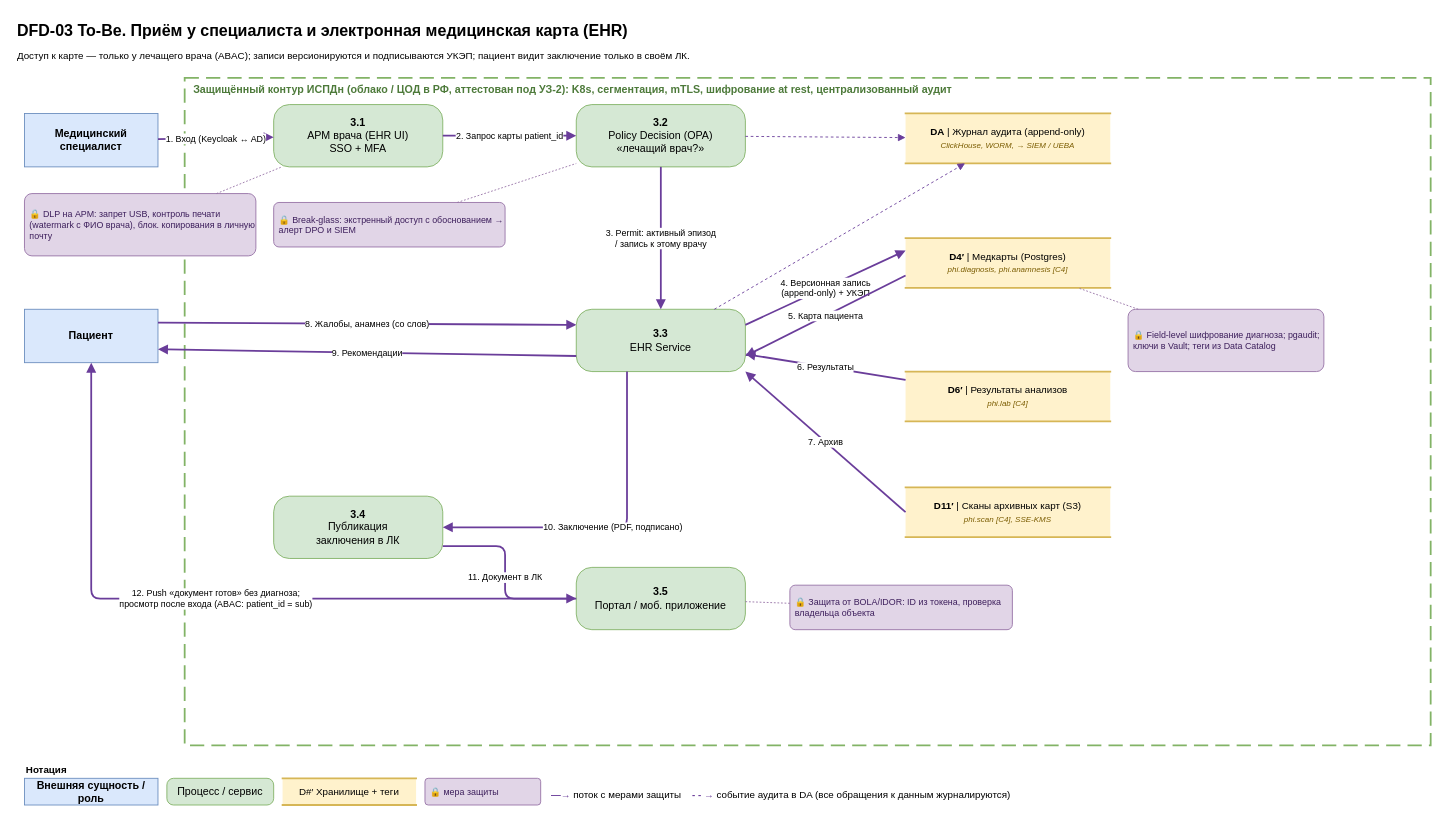
Before: Task1/dfd/DFD-03-medical-record.drawio in SiritosKon/architecture-medikamente, a draw.io diagram. Source tidied: cells renumbered, new cells numbered last; positions are measured from the earlier drawing's top-left corner, leaving out a move shared by most shapes. Both pictures are drawn from the tidied source at 89%, with x=0, y=0 at pixel (15, 15).
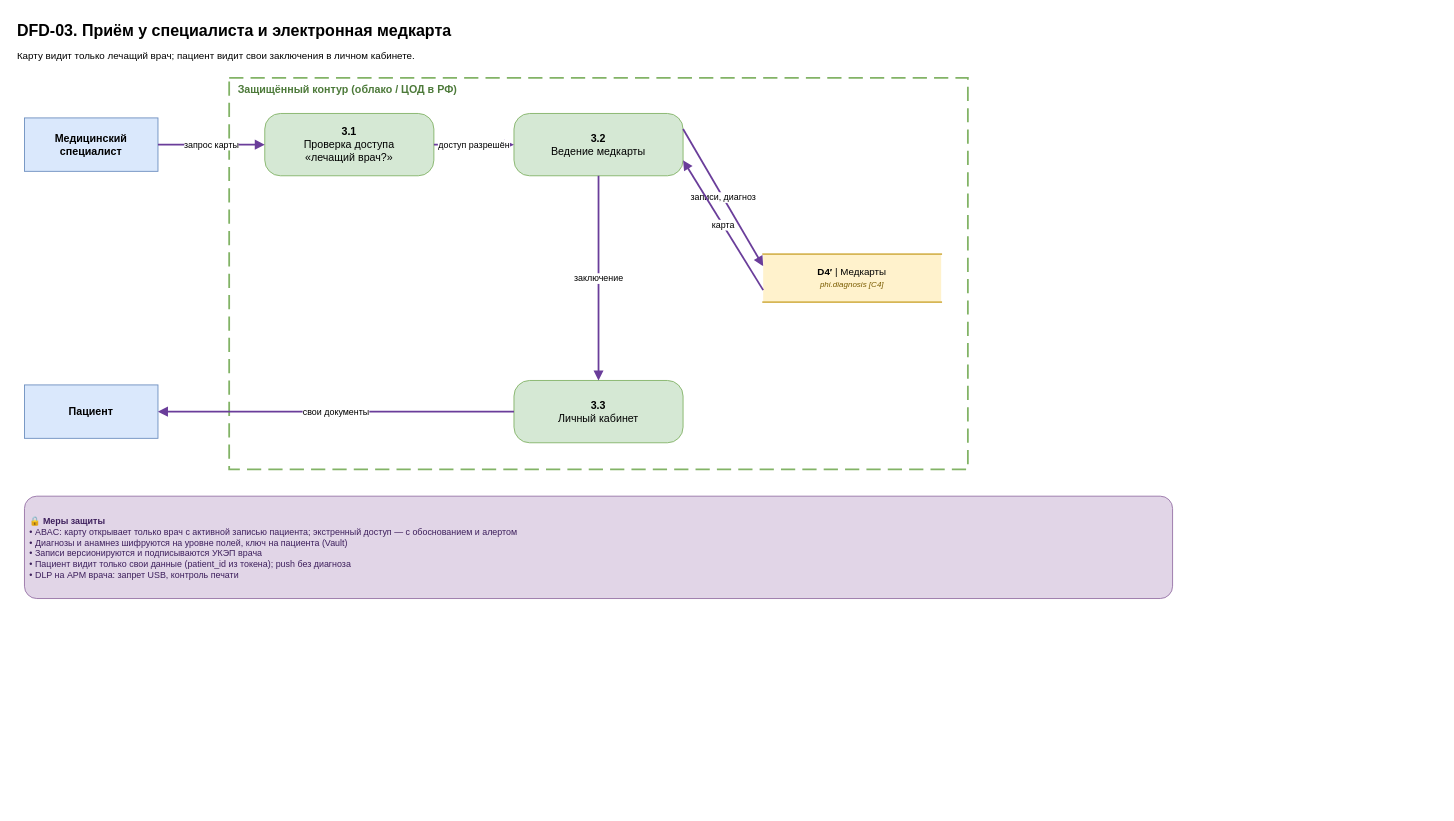
After the change.

What changed in the source:
```diff
@@
-    <mxCell id="2" value="DFD-03 To-Be. Приём у специалиста и электронная медицинская карта (EHR)" style="text;html=1;align=left;verticalAlign=top;fontSize=18;fontStyle=1;whiteSpace=wrap;" parent="1" vertex="1">
-      <mxGeometry width="1600" height="30" as="geometry" />
+    <mxCell id="2" value="DFD-03. Приём у специалиста и электронная медкарта" style="text;html=1;align=left;verticalAlign=top;fontSize=18;fontStyle=1;whiteSpace=wrap;" parent="1" vertex="1">
+      <mxGeometry width="1320" height="30" as="geometry" />
     </mxCell>
-    <mxCell id="3" value="Доступ к карте — только у лечащего врача (ABAC); записи версионируются и подписываются УКЭП; пациент видит заключение только в своём ЛК." style="text;html=1;align=left;verticalAlign=top;fontSize=11;whiteSpace=wrap;" parent="1" vertex="1">
-      <mxGeometry y="32" width="1600" height="30" as="geometry" />
+    <mxCell id="3" value="Карту видит только лечащий врач; пациент видит свои заключения в личном кабинете." style="text;html=1;align=left;verticalAlign=top;fontSize=11;whiteSpace=wrap;" parent="1" vertex="1">
+      <mxGeometry y="32" width="1320" height="24" as="geometry" />
     </mxCell>
-    <mxCell id="4" value="Защищённый контур ИСПДн (облако / ЦОД в РФ, аттестован под УЗ-2): K8s, сегментация, mTLS, шифрование at rest, централизованный аудит" style="rounded=0;whiteSpace=wrap;html=1;dashed=1;dashPattern=8 4;fillColor=none;strokeColor=#82b366;strokeWidth=2;verticalAlign=top;align=left;spacingLeft=8;fontColor=#4d7a3a;fontStyle=1;fontSize=12;" parent="1" vertex="1">
-      <mxGeometry x="190" y="70" width="1400" height="750" as="geometry" />
+    <mxCell id="4" value="Защищённый контур (облако / ЦОД в РФ)" style="rounded=0;whiteSpace=wrap;html=1;dashed=1;dashPattern=8 4;fillColor=none;strokeColor=#82b366;strokeWidth=2;verticalAlign=top;align=left;spacingLeft=8;fontColor=#4d7a3a;fontStyle=1;fontSize=12;" parent="1" vertex="1">
+      <mxGeometry x="240" y="70" width="830" height="440" as="geometry" />
     </mxCell>
-    <mxCell id="5" value="&lt;b&gt;Нотация&lt;/b&gt;" style="text;html=1;align=left;verticalAlign=top;fontSize=11;whiteSpace=wrap;" parent="1" vertex="1">
-      <mxGeometry x="10" y="835" width="250" height="20" as="geometry" />
+    <mxCell id="5" value="Медицинский&lt;br&gt;специалист" style="rounded=0;whiteSpace=wrap;html=1;fillColor=#dae8fc;strokeColor=#6c8ebf;fontStyle=1;fontSize=12;" parent="1" vertex="1">
+      <mxGeometry x="10" y="115" width="150" height="60" as="geometry" />
     </mxCell>
-    <mxCell id="6" value="Внешняя сущность / роль" style="rounded=0;whiteSpace=wrap;html=1;fillColor=#dae8fc;strokeColor=#6c8ebf;fontStyle=1;fontSize=12;" parent="1" vertex="1">
-      <mxGeometry x="10" y="857" width="150" height="30" as="geometry" />
+    <mxCell id="6" value="Пациент" style="rounded=0;whiteSpace=wrap;html=1;fillColor=#dae8fc;strokeColor=#6c8ebf;fontStyle=1;fontSize=12;" parent="1" vertex="1">
+      <mxGeometry x="10" y="415" width="150" height="60" as="geometry" />
     </mxCell>
-    <mxCell id="7" value="Процесс / сервис" style="rounded=1;arcSize=25;whiteSpace=wrap;html=1;fillColor=#d5e8d4;strokeColor=#82b366;fontSize=12;" parent="1" vertex="1">
-      <mxGeometry x="170" y="857" width="120" height="30" as="geometry" />
+    <mxCell id="7" value="&lt;b&gt;3.1&lt;/b&gt;&lt;br&gt;Проверка доступа&lt;br&gt;«лечащий врач?»" style="rounded=1;arcSize=25;whiteSpace=wrap;html=1;fillColor=#d5e8d4;strokeColor=#82b366;fontSize=12;" parent="1" vertex="1">
+      <mxGeometry x="280" y="110" width="190" height="70" as="geometry" />
     </mxCell>
-    <mxCell id="8" value="D#′ Хранилище + теги" style="shape=partialRectangle;whiteSpace=wrap;html=1;left=0;right=0;fillColor=#fff2cc;strokeColor=#d6b656;strokeWidth=2;fontSize=11;" parent="1" vertex="1">
-      <mxGeometry x="300" y="857" width="150" height="30" as="geometry" />
+    <mxCell id="8" value="&lt;b&gt;3.2&lt;/b&gt;&lt;br&gt;Ведение медкарты" style="rounded=1;arcSize=25;whiteSpace=wrap;html=1;fillColor=#d5e8d4;strokeColor=#82b366;fontSize=12;" parent="1" vertex="1">
+      <mxGeometry x="560" y="110" width="190" height="70" as="geometry" />
     </mxCell>
-    <mxCell id="9" value="🔒 мера защиты" style="rounded=1;whiteSpace=wrap;html=1;fillColor=#e1d5e7;strokeColor=#9673a6;fontColor=#3d1f5c;fontSize=10;align=left;spacingLeft=4;arcSize=12;" parent="1" vertex="1">
-      <mxGeometry x="460" y="857" width="130" height="30" as="geometry" />
+    <mxCell id="9" value="&lt;b&gt;3.3&lt;/b&gt;&lt;br&gt;Личный кабинет" style="rounded=1;arcSize=25;whiteSpace=wrap;html=1;fillColor=#d5e8d4;strokeColor=#82b366;fontSize=12;" parent="1" vertex="1">
+      <mxGeometry x="560" y="410" width="190" height="70" as="geometry" />
     </mxCell>
-    <mxCell id="10" value="&lt;font color=&quot;#6a3d9a&quot;&gt;&lt;b&gt;—→&lt;/b&gt;&lt;/font&gt; поток с мерами защиты &amp;nbsp;&amp;nbsp; &lt;font color=&quot;#6a3d9a&quot;&gt;&lt;b&gt;- - →&lt;/b&gt;&lt;/font&gt; событие аудита в DA (все обращения к данным журналируются)" style="text;html=1;align=left;verticalAlign=top;fontSize=11;whiteSpace=wrap;" parent="1" vertex="1">
-      <mxGeometry x="600" y="863" width="600" height="20" as="geometry" />
+    <mxCell id="10" value="&lt;b&gt;D4′&lt;/b&gt; | Медкарты&lt;br&gt;&lt;i&gt;&lt;font style=&quot;font-size:9px&quot; color=&quot;#7a5c00&quot;&gt;phi.diagnosis [C4]&lt;/font&gt;&lt;/i&gt;" style="shape=partialRectangle;whiteSpace=wrap;html=1;left=0;right=0;fillColor=#fff2cc;strokeColor=#d6b656;strokeWidth=2;fontSize=11;" parent="1" vertex="1">
+      <mxGeometry x="840" y="268" width="200" height="54" as="geometry" />
     </mxCell>
-    <mxCell id="11" value="Пациент" style="rounded=0;whiteSpace=wrap;html=1;fillColor=#dae8fc;strokeColor=#6c8ebf;fontStyle=1;fontSize=12;" parent="1" vertex="1">
-      <mxGeometry x="10" y="330" width="150" height="60" as="geometry" />
+    <mxCell id="11" value="запрос карты" style="html=1;endArrow=block;endFill=1;strokeColor=#6a3d9a;strokeWidth=2;fontSize=10;labelBackgroundColor=#ffffff;" parent="1" edge="1" source="5" target="7">
+      <mxGeometry relative="1" as="geometry" />
     </mxCell>
-    <mxCell id="12" value="Медицинский&lt;br&gt;специалист" style="rounded=0;whiteSpace=wrap;html=1;fillColor=#dae8fc;strokeColor=#6c8ebf;fontStyle=1;fontSize=12;" parent="1" vertex="1">
-      <mxGeometry x="10" y="110" width="150" height="60" as="geometry" />
+    <mxCell id="12" value="доступ разрешён" style="html=1;endArrow=block;endFill=1;strokeColor=#6a3d9a;strokeWidth=2;fontSize=10;labelBackgroundColor=#ffffff;" parent="1" edge="1" source="7" target="8">
+      <mxGeometry relative="1" as="geometry" />
     </mxCell>
-    <mxCell id="13" value="&lt;b&gt;3.1&lt;/b&gt;&lt;br&gt;АРМ врача (EHR UI)&lt;br&gt;SSO + MFA" style="rounded=1;arcSize=25;whiteSpace=wrap;html=1;fillColor=#d5e8d4;strokeColor=#82b366;fontSize=12;" parent="1" vertex="1">
-      <mxGeometry x="290" y="100" width="190" height="70" as="geometry" />
+    <mxCell id="13" value="записи, диагноз" style="html=1;endArrow=block;endFill=1;strokeColor=#6a3d9a;strokeWidth=2;fontSize=10;labelBackgroundColor=#ffffff;exitX=1;exitY=0.24999999999999997;exitDx=0;exitDy=0;entryX=0;entryY=0.24999999999999997;entryDx=0;entryDy=0;" parent="1" edge="1" source="8" target="10">
+      <mxGeometry relative="1" as="geometry" />
     </mxCell>
-    <mxCell id="14" value="&lt;b&gt;3.2&lt;/b&gt;&lt;br&gt;Policy Decision (OPA)&lt;br&gt;«лечащий врач?»" style="rounded=1;arcSize=25;whiteSpace=wrap;html=1;fillColor=#d5e8d4;strokeColor=#82b366;fontSize=12;" parent="1" vertex="1">
-      <mxGeometry x="630" y="100" width="190" height="70" as="geometry" />
+    <mxCell id="14" value="карта" style="html=1;endArrow=block;endFill=1;strokeColor=#6a3d9a;strokeWidth=2;fontSize=10;labelBackgroundColor=#ffffff;exitX=0;exitY=0.75;exitDx=0;exitDy=0;entryX=1;entryY=0.75;entryDx=0;entryDy=0;" parent="1" edge="1" source="10" target="8">
+      <mxGeometry relative="1" as="geometry" />
     </mxCell>
-    <mxCell id="15" value="&lt;b&gt;3.3&lt;/b&gt;&lt;br&gt;EHR Service" style="rounded=1;arcSize=25;whiteSpace=wrap;html=1;fillColor=#d5e8d4;strokeColor=#82b366;fontSize=12;" parent="1" vertex="1">
-      <mxGeometry x="630" y="330" width="190" height="70" as="geometry" />
+    <mxCell id="15" value="заключение" style="html=1;endArrow=block;endFill=1;strokeColor=#6a3d9a;strokeWidth=2;fontSize=10;labelBackgroundColor=#ffffff;" parent="1" edge="1" source="8" target="9">
+      <mxGeometry relative="1" as="geometry" />
     </mxCell>
-    <mxCell id="16" value="&lt;b&gt;3.4&lt;/b&gt;&lt;br&gt;Публикация&lt;br&gt;заключения в ЛК" style="rounded=1;arcSize=25;whiteSpace=wrap;html=1;fillColor=#d5e8d4;strokeColor=#82b366;fontSize=12;" parent="1" vertex="1">
-      <mxGeometry x="290" y="540" width="190" height="70" as="geometry" />
+    <mxCell id="16" value="свои документы" style="html=1;endArrow=block;endFill=1;strokeColor=#6a3d9a;strokeWidth=2;fontSize=10;labelBackgroundColor=#ffffff;" parent="1" edge="1" source="9" target="6">
+      <mxGeometry relative="1" as="geometry" />
     </mxCell>
-    <mxCell id="17" value="&lt;b&gt;3.5&lt;/b&gt;&lt;br&gt;Портал / моб. приложение" style="rounded=1;arcSize=25;whiteSpace=wrap;html=1;fillColor=#d5e8d4;strokeColor=#82b366;fontSize=12;" parent="1" vertex="1">
-      <mxGeometry x="630" y="620" width="190" height="70" as="geometry" />
+    <mxCell id="17" value="&lt;b&gt;🔒 Меры защиты&lt;/b&gt;&lt;br&gt;• ABAC: карту открывает только врач с активной записью пациента; экстренный доступ — с обоснованием и алертом&lt;br&gt;• Диагнозы и анамнез шифруются на уровне полей, ключ на пациента (Vault)&lt;br&gt;• Записи версионируются и подписываются УКЭП врача&lt;br&gt;• Пациент видит только свои данные (patient_id из токена); push без диагноза&lt;br&gt;• DLP на АРМ врача: запрет USB, контроль печати" style="rounded=1;whiteSpace=wrap;html=1;fillColor=#e1d5e7;strokeColor=#9673a6;fontColor=#3d1f5c;fontSize=10;align=left;spacingLeft=4;arcSize=12;" parent="1" vertex="1">
+      <mxGeometry x="10" y="540" width="1290" height="115" as="geometry" />
     </mxCell>
-    <mxCell id="18" value="&lt;b&gt;D4′&lt;/b&gt; | Медкарты (Postgres)&lt;br&gt;&lt;i&gt;&lt;font style=&quot;font-size:9px&quot; color=&quot;#7a5c00&quot;&gt;phi.diagnosis, phi.anamnesis [C4]&lt;/font&gt;&lt;/i&gt;" style="shape=partialRectangle;whiteSpace=wrap;html=1;left=0;right=0;fillColor=#fff2cc;strokeColor=#d6b656;strokeWidth=2;fontSize=11;" parent="1" vertex="1">
-      <mxGeometry x="1000" y="250" width="230" height="56" as="geometry" />
-    </mxCell>
-    <mxCell id="19" value="&lt;b&gt;D6′&lt;/b&gt; | Результаты анализов&lt;br&gt;&lt;i&gt;&lt;font style=&quot;font-size:9px&quot; color=&quot;#7a5c00&quot;&gt;phi.lab [C4]&lt;/font&gt;&lt;/i&gt;" style="shape=partialRectangle;whiteSpace=wrap;html=1;left=0;right=0;fillColor=#fff2cc;strokeColor=#d6b656;strokeWidth=2;fontSize=11;" parent="1" vertex="1">
-      <mxGeometry x="1000" y="400" width="230" height="56" as="geometry" />
-    </mxCell>
-    <mxCell id="20" value="&lt;b&gt;D11′&lt;/b&gt; | Сканы архивных карт (S3)&lt;br&gt;&lt;i&gt;&lt;font style=&quot;font-size:9px&quot; color=&quot;#7a5c00&quot;&gt;phi.scan [C4], SSE-KMS&lt;/font&gt;&lt;/i&gt;" style="shape=partialRectangle;whiteSpace=wrap;html=1;left=0;right=0;fillColor=#fff2cc;strokeColor=#d6b656;strokeWidth=2;fontSize=11;" parent="1" vertex="1">
-      <mxGeometry x="1000" y="530" width="230" height="56" as="geometry" />
-    </mxCell>
-    <mxCell id="21" value="1. Вход (Keycloak ↔ AD)" style="html=1;endArrow=block;endFill=1;strokeColor=#6a3d9a;strokeWidth=2;fontSize=10;labelBackgroundColor=#ffffff;" parent="1" edge="1" source="12" target="13">
-      <mxGeometry relative="1" as="geometry" />
-    </mxCell>
-    <mxCell id="22" value="2. Запрос карты patient_id" style="html=1;endArrow=block;endFill=1;strokeColor=#6a3d9a;strokeWidth=2;fontSize=10;labelBackgroundColor=#ffffff;" parent="1" edge="1" source="13" target="14">
-      <mxGeometry relative="1" as="geometry" />
-    </mxCell>
-    <mxCell id="23" value="3. Permit: активный эпизод&lt;br&gt;/ запись к этому врачу" style="html=1;endArrow=block;endFill=1;strokeColor=#6a3d9a;strokeWidth=2;fontSize=10;labelBackgroundColor=#ffffff;" parent="1" edge="1" source="14" target="15">
-      <mxGeometry relative="1" as="geometry" />
-    </mxCell>
-    <mxCell id="24" value="4. Версионная запись&lt;br&gt;(append-only) + УКЭП" style="html=1;endArrow=block;endFill=1;strokeColor=#6a3d9a;strokeWidth=2;fontSize=10;labelBackgroundColor=#ffffff;exitX=1;exitY=0.24999999999999997;exitDx=0;exitDy=0;entryX=0;entryY=0.24999999999999997;entryDx=0;entryDy=0;" parent="1" edge="1" source="15" target="18">
-      <mxGeometry relative="1" as="geometry" />
-    </mxCell>
-    <mxCell id="25" value="5. Карта пациента" style="html=1;endArrow=block;endFill=1;strokeColor=#6a3d9a;strokeWidth=2;fontSize=10;labelBackgroundColor=#ffffff;exitX=0;exitY=0.75;exitDx=0;exitDy=0;entryX=1;entryY=0.75;entryDx=0;entryDy=0;" parent="1" edge="1" source="18" target="15">
-      <mxGeometry relative="1" as="geometry" />
-    </mxCell>
-    <mxCell id="26" value="6. Результаты" style="html=1;endArrow=block;endFill=1;strokeColor=#6a3d9a;strokeWidth=2;fontSize=10;labelBackgroundColor=#ffffff;" parent="1" edge="1" source="19" target="15">
-      <mxGeometry relative="1" as="geometry" />
-    </mxCell>
-    <mxCell id="27" value="7. Архив" style="html=1;endArrow=block;endFill=1;strokeColor=#6a3d9a;strokeWidth=2;fontSize=10;labelBackgroundColor=#ffffff;exitX=0;exitY=0.5;exitDx=0;exitDy=0;entryX=1;entryY=1;entryDx=0;entryDy=0;" parent="1" edge="1" source="20" target="15">
-      <mxGeometry relative="1" as="geometry" />
-    </mxCell>
-    <mxCell id="28" value="8. Жалобы, анамнез (со слов)" style="html=1;endArrow=block;endFill=1;strokeColor=#6a3d9a;strokeWidth=2;fontSize=10;labelBackgroundColor=#ffffff;exitX=1;exitY=0.24999999999999997;exitDx=0;exitDy=0;entryX=0;entryY=0.24999999999999997;entryDx=0;entryDy=0;" parent="1" edge="1" source="11" target="15">
-      <mxGeometry relative="1" as="geometry" />
-    </mxCell>
-    <mxCell id="29" value="9. Рекомендации" style="html=1;endArrow=block;endFill=1;strokeColor=#6a3d9a;strokeWidth=2;fontSize=10;labelBackgroundColor=#ffffff;exitX=0;exitY=0.75;exitDx=0;exitDy=0;entryX=1;entryY=0.75;entryDx=0;entryDy=0;" parent="1" edge="1" source="15" target="11">
-      <mxGeometry relative="1" as="geometry" />
-    </mxCell>
-    <mxCell id="30" value="10. Заключение (PDF, подписано)" style="html=1;endArrow=block;endFill=1;strokeColor=#6a3d9a;strokeWidth=2;fontSize=10;labelBackgroundColor=#ffffff;exitX=0.3;exitY=1;exitDx=0;exitDy=0;entryX=1;entryY=0.5;entryDx=0;entryDy=0;" parent="1" edge="1" source="15" target="16">
-      <mxGeometry relative="1" as="geometry">
-        <Array as="points">
-          <mxPoint x="687" y="575" />
-        </Array>
-      </mxGeometry>
-    </mxCell>
-    <mxCell id="31" value="11. Документ в ЛК" style="html=1;endArrow=block;endFill=1;strokeColor=#6a3d9a;strokeWidth=2;fontSize=10;labelBackgroundColor=#ffffff;exitX=1;exitY=0.8;exitDx=0;exitDy=0;entryX=0;entryY=0.5;entryDx=0;entryDy=0;" parent="1" edge="1" source="16" target="17">
-      <mxGeometry relative="1" as="geometry">
-        <Array as="points">
-          <mxPoint x="550" y="596" />
-          <mxPoint x="550" y="655" />
-        </Array>
-      </mxGeometry>
-    </mxCell>
-    <mxCell id="32" value="12. Push «документ готов» без диагноза;&lt;br&gt;просмотр после входа (ABAC: patient_id = sub)" style="html=1;endArrow=block;endFill=1;strokeColor=#6a3d9a;strokeWidth=2;fontSize=10;labelBackgroundColor=#ffffff;exitX=0;exitY=0.5;exitDx=0;exitDy=0;entryX=0.5;entryY=1;entryDx=0;entryDy=0;" parent="1" edge="1" source="17" target="11">
-      <mxGeometry relative="1" as="geometry">
-        <Array as="points">
-          <mxPoint x="85" y="655" />
-        </Array>
-      </mxGeometry>
-    </mxCell>
-    <mxCell id="33" value="&lt;b&gt;DA&lt;/b&gt; | Журнал аудита (append-only)&lt;br&gt;&lt;i&gt;&lt;font style=&quot;font-size:9px&quot; color=&quot;#7a5c00&quot;&gt;ClickHouse, WORM, → SIEM / UEBA&lt;/font&gt;&lt;/i&gt;" style="shape=partialRectangle;whiteSpace=wrap;html=1;left=0;right=0;fillColor=#fff2cc;strokeColor=#d6b656;strokeWidth=2;fontSize=11;" parent="1" vertex="1">
-      <mxGeometry x="1000" y="110" width="230" height="56" as="geometry" />
-    </mxCell>
-    <mxCell id="34" style="html=1;endArrow=block;endFill=1;strokeColor=#6a3d9a;dashed=1;fontSize=10;fontColor=#4b2a70;labelBackgroundColor=#ffffff;" parent="1" edge="1" source="14" target="33">
-      <mxGeometry relative="1" as="geometry" />
-    </mxCell>
-    <mxCell id="35" style="html=1;endArrow=block;endFill=1;strokeColor=#6a3d9a;dashed=1;fontSize=10;fontColor=#4b2a70;labelBackgroundColor=#ffffff;" parent="1" edge="1" source="15" target="33">
-      <mxGeometry relative="1" as="geometry" />
-    </mxCell>
-    <mxCell id="36" value="🔒 Break-glass: экстренный доступ с обоснованием → алерт DPO и SIEM" style="rounded=1;whiteSpace=wrap;html=1;fillColor=#e1d5e7;strokeColor=#9673a6;fontColor=#3d1f5c;fontSize=10;align=left;spacingLeft=4;arcSize=12;" parent="1" vertex="1">
-      <mxGeometry x="290" y="210" width="260" height="50" as="geometry" />
-    </mxCell>
-    <mxCell id="37" style="html=1;endArrow=none;strokeColor=#9673a6;dashed=1;dashPattern=2 2;" parent="1" edge="1" source="36" target="14">
-      <mxGeometry relative="1" as="geometry" />
-    </mxCell>
-    <mxCell id="38" value="🔒 DLP на АРМ: запрет USB, контроль печати (watermark с ФИО врача), блок. копирования в личную почту" style="rounded=1;whiteSpace=wrap;html=1;fillColor=#e1d5e7;strokeColor=#9673a6;fontColor=#3d1f5c;fontSize=10;align=left;spacingLeft=4;arcSize=12;" parent="1" vertex="1">
-      <mxGeometry x="10" y="200" width="260" height="70" as="geometry" />
-    </mxCell>
-    <mxCell id="39" style="html=1;endArrow=none;strokeColor=#9673a6;dashed=1;dashPattern=2 2;" parent="1" edge="1" source="38" target="13">
-      <mxGeometry relative="1" as="geometry" />
-    </mxCell>
-    <mxCell id="40" value="🔒 Field-level шифрование диагноза; pgaudit; ключи в Vault; теги из Data Catalog" style="rounded=1;whiteSpace=wrap;html=1;fillColor=#e1d5e7;strokeColor=#9673a6;fontColor=#3d1f5c;fontSize=10;align=left;spacingLeft=4;arcSize=12;" parent="1" vertex="1">
-      <mxGeometry x="1250" y="330" width="220" height="70" as="geometry" />
-    </mxCell>
-    <mxCell id="41" style="html=1;endArrow=none;strokeColor=#9673a6;dashed=1;dashPattern=2 2;" parent="1" edge="1" source="40" target="18">
-      <mxGeometry relative="1" as="geometry" />
-    </mxCell>
-    <mxCell id="42" value="🔒 Защита от BOLA/IDOR: ID из токена, проверка владельца объекта" style="rounded=1;whiteSpace=wrap;html=1;fillColor=#e1d5e7;strokeColor=#9673a6;fontColor=#3d1f5c;fontSize=10;align=left;spacingLeft=4;arcSize=12;" parent="1" vertex="1">
-      <mxGeometry x="870" y="640" width="250" height="50" as="geometry" />
-    </mxCell>
-    <mxCell id="43" style="html=1;endArrow=none;strokeColor=#9673a6;dashed=1;dashPattern=2 2;" parent="1" edge="1" source="42" target="17">
-      <mxGeometry relative="1" as="geometry" />
-    </mxCell>
```
